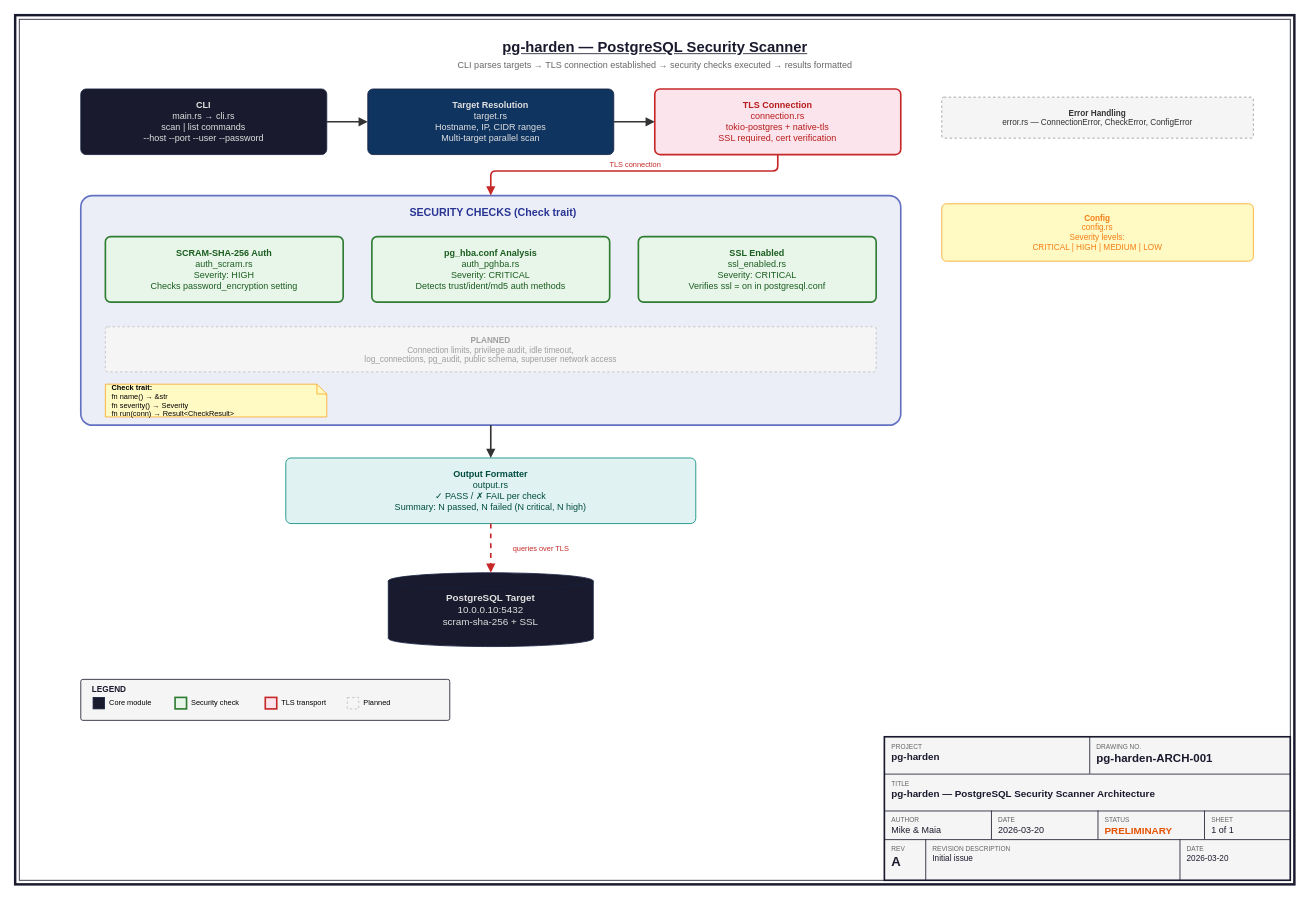
The draw.io diagram diagrams/ARCH/pg-harden-ARCH-001-RevA-2026-03-20.drawio in t0lkim/pg-harden, before the edit. Source tidied: cells renumbered, new cells numbered last; positions are measured from the earlier drawing's top-left corner, leaving out a move shared by most shapes. Both pictures are drawn from the tidied source at 82%, with x=0, y=0 at pixel (15, 15).
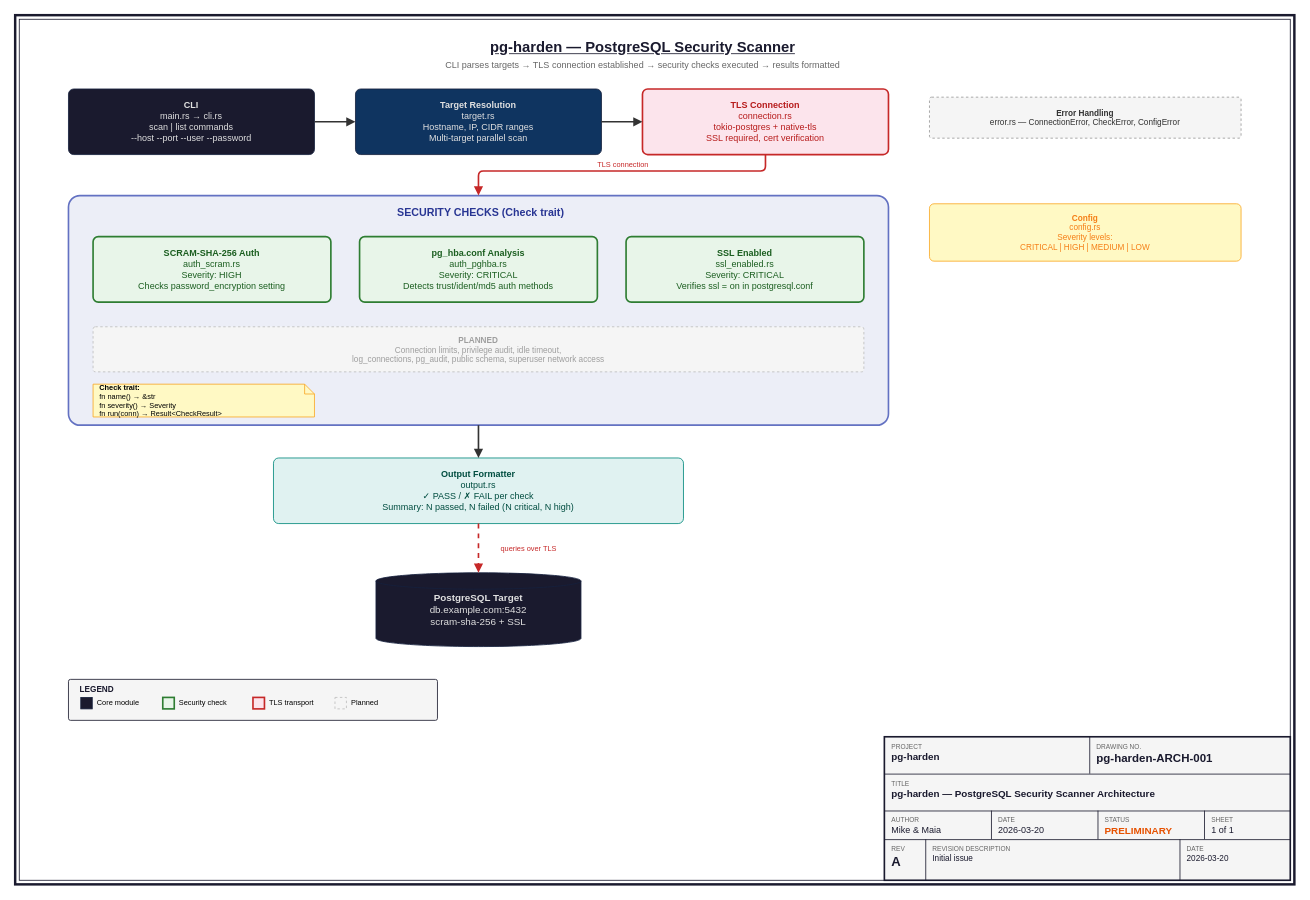
The same page after the edit.

Commit message:
OPSEC: replace remaining internal IPs with generic placeholders

db-server.example.com → db-server.example.com in ARCHITECTURE.md
10.0.0.10 → db.example.com in ARCH-001 diagram

What changed in the source:
```diff
@@
     <mxCell id="35" value="pg-harden — PostgreSQL Security Scanner" style="text;html=1;align=center;verticalAlign=middle;fontSize=18;fontColor=#1a1a2e;fontStyle=5;" parent="2" vertex="1">
-      <mxGeometry x="280" y="25" width="1000" height="30" as="geometry" />
+      <mxGeometry x="265" y="25" width="1000" height="30" as="geometry" />
     </mxCell>
     <mxCell id="36" value="CLI parses targets → TLS connection established → security checks executed → results formatted" style="text;html=1;align=center;verticalAlign=middle;fontSize=11;fontColor=#666666;" parent="2" vertex="1">
-      <mxGeometry x="230" y="52" width="1100" height="18" as="geometry" />
+      <mxGeometry x="215" y="52" width="1100" height="18" as="geometry" />
     </mxCell>
     <mxCell id="37" value="&lt;b&gt;CLI&lt;/b&gt;&lt;br&gt;main.rs → cli.rs&lt;br&gt;scan | list commands&lt;br&gt;--host --port --user --password" style="rounded=1;whiteSpace=wrap;html=1;fillColor=#1a1a2e;strokeColor=#16213e;fontColor=#e0e0e0;fontSize=11;spacingTop=4;spacingLeft=6;spacingRight=6;spacingBottom=4;arcSize=8;" parent="2" vertex="1">
-      <mxGeometry x="80" y="90" width="300" height="80" as="geometry" />
+      <mxGeometry x="65" y="90" width="300" height="80" as="geometry" />
     </mxCell>
     <mxCell id="38" value="&lt;b&gt;Target Resolution&lt;/b&gt;&lt;br&gt;target.rs&lt;br&gt;Hostname, IP, CIDR ranges&lt;br&gt;Multi-target parallel scan" style="rounded=1;whiteSpace=wrap;html=1;fillColor=#0f3460;strokeColor=#16213e;fontColor=#e0e0e0;fontSize=11;spacingTop=4;spacingLeft=6;spacingRight=6;spacingBottom=4;arcSize=8;" parent="2" vertex="1">
-      <mxGeometry x="430" y="90" width="300" height="80" as="geometry" />
+      <mxGeometry x="415" y="90" width="300" height="80" as="geometry" />
     </mxCell>
     <mxCell id="39" value="&lt;b&gt;TLS Connection&lt;/b&gt;&lt;br&gt;connection.rs&lt;br&gt;tokio-postgres + native-tls&lt;br&gt;SSL required, cert verification" style="rounded=1;whiteSpace=wrap;html=1;fillColor=#fce4ec;strokeColor=#c62828;strokeWidth=2;fontSize=11;fontColor=#b71c1c;spacingTop=4;spacingLeft=6;spacingRight=6;spacingBottom=4;arcSize=8;" parent="2" vertex="1">
-      <mxGeometry x="780" y="90" width="300" height="80" as="geometry" />
+      <mxGeometry x="765" y="90" width="300" height="80" as="geometry" />
     </mxCell>
     <mxCell id="40" value="&lt;b&gt;Error Handling&lt;/b&gt;&lt;br&gt;error.rs — ConnectionError, CheckError, ConfigError" style="rounded=1;whiteSpace=wrap;html=1;fillColor=#f5f5f5;strokeColor=#999999;dashed=1;fontSize=10;fontColor=#333333;spacingTop=4;spacingLeft=6;spacingRight=6;spacingBottom=4;arcSize=5;" parent="2" vertex="1">
-      <mxGeometry x="1130" y="100" width="380" height="50" as="geometry" />
+      <mxGeometry x="1115" y="100" width="380" height="50" as="geometry" />
     </mxCell>
@@
     <mxCell id="43" value="SECURITY CHECKS (Check trait)" style="rounded=1;whiteSpace=wrap;html=1;fillColor=#e8eaf6;strokeColor=#3f51b5;strokeWidth=2;opacity=80;verticalAlign=top;spacingTop=6;spacingLeft=6;fontSize=13;fontColor=#283593;fontStyle=1;arcSize=5;" parent="2" vertex="1">
-      <mxGeometry x="80" y="220" width="1000" height="280" as="geometry" />
+      <mxGeometry x="65" y="220" width="1000" height="280" as="geometry" />
     </mxCell>
     <mxCell id="44" value="&lt;b&gt;Config&lt;/b&gt;&lt;br&gt;config.rs&lt;br&gt;Severity levels:&lt;br&gt;CRITICAL | HIGH | MEDIUM | LOW" style="rounded=1;whiteSpace=wrap;html=1;fillColor=#fff9c4;strokeColor=#f9a825;fontSize=10;fontColor=#f57f17;spacingTop=4;spacingLeft=6;spacingRight=6;spacingBottom=4;arcSize=8;" parent="2" vertex="1">
-      <mxGeometry x="1130" y="230" width="380" height="70" as="geometry" />
+      <mxGeometry x="1115" y="230" width="380" height="70" as="geometry" />
     </mxCell>
     <mxCell id="45" value="&lt;b&gt;SCRAM-SHA-256 Auth&lt;/b&gt;&lt;br&gt;auth_scram.rs&lt;br&gt;Severity: HIGH&lt;br&gt;Checks password_encryption setting" style="rounded=1;whiteSpace=wrap;html=1;fillColor=#e8f5e9;strokeColor=#2e7d32;strokeWidth=2;fontSize=11;fontColor=#1b5e20;spacingTop=4;spacingLeft=6;spacingRight=6;spacingBottom=4;arcSize=8;" parent="2" vertex="1">
-      <mxGeometry x="110" y="270" width="290" height="80" as="geometry" />
+      <mxGeometry x="95" y="270" width="290" height="80" as="geometry" />
     </mxCell>
     <mxCell id="46" value="&lt;b&gt;pg_hba.conf Analysis&lt;/b&gt;&lt;br&gt;auth_pghba.rs&lt;br&gt;Severity: CRITICAL&lt;br&gt;Detects trust/ident/md5 auth methods" style="rounded=1;whiteSpace=wrap;html=1;fillColor=#e8f5e9;strokeColor=#2e7d32;strokeWidth=2;fontSize=11;fontColor=#1b5e20;spacingTop=4;spacingLeft=6;spacingRight=6;spacingBottom=4;arcSize=8;" parent="2" vertex="1">
-      <mxGeometry x="435" y="270" width="290" height="80" as="geometry" />
+      <mxGeometry x="420" y="270" width="290" height="80" as="geometry" />
     </mxCell>
     <mxCell id="47" value="&lt;b&gt;SSL Enabled&lt;/b&gt;&lt;br&gt;ssl_enabled.rs&lt;br&gt;Severity: CRITICAL&lt;br&gt;Verifies ssl = on in postgresql.conf" style="rounded=1;whiteSpace=wrap;html=1;fillColor=#e8f5e9;strokeColor=#2e7d32;strokeWidth=2;fontSize=11;fontColor=#1b5e20;spacingTop=4;spacingLeft=6;spacingRight=6;spacingBottom=4;arcSize=8;" parent="2" vertex="1">
-      <mxGeometry x="760" y="270" width="290" height="80" as="geometry" />
+      <mxGeometry x="745" y="270" width="290" height="80" as="geometry" />
     </mxCell>
     <mxCell id="48" value="&lt;b&gt;PLANNED&lt;/b&gt;&lt;br&gt;Connection limits, privilege audit, idle timeout,&lt;br&gt;log_connections, pg_audit, public schema, superuser network access" style="rounded=1;whiteSpace=wrap;html=1;fillColor=#f5f5f5;strokeColor=#bdbdbd;fontColor=#9e9e9e;fontSize=10;dashed=1;spacingTop=4;spacingLeft=6;spacingRight=6;spacingBottom=4;arcSize=5;" parent="2" vertex="1">
-      <mxGeometry x="110" y="380" width="940" height="55" as="geometry" />
+      <mxGeometry x="95" y="380" width="940" height="55" as="geometry" />
     </mxCell>
     <mxCell id="49" value="&lt;b&gt;Check trait:&lt;/b&gt;&lt;br&gt;fn name() → &amp;str&lt;br&gt;fn severity() → Severity&lt;br&gt;fn run(conn) → Result&amp;lt;CheckResult&amp;gt;" style="shape=note;whiteSpace=wrap;html=1;backgroundOutline=1;size=12;fillColor=#fff9c4;strokeColor=#f9a825;fontSize=9;align=left;spacingTop=4;spacingLeft=6;spacingRight=6;spacingBottom=4;" parent="2" vertex="1">
-      <mxGeometry x="110" y="450" width="270" height="40" as="geometry" />
+      <mxGeometry x="95" y="450" width="270" height="40" as="geometry" />
     </mxCell>
     <mxCell id="50" style="endArrow=block;endFill=1;html=1;strokeColor=#c62828;strokeWidth=2;rounded=1;arcSize=12;" parent="2" edge="1" source="39" target="43">
       <mxGeometry relative="1" as="geometry">
         <Array as="points">
-          <mxPoint x="930" y="190" />
-          <mxPoint x="580" y="190" />
+          <mxPoint x="915" y="190" />
+          <mxPoint x="565" y="190" />
         </Array>
       </mxGeometry>
     </mxCell>
     <mxCell id="51" value="TLS connection" style="edgeLabel;html=1;align=center;verticalAlign=middle;fontSize=9;fontColor=#c62828;labelBackgroundColor=#ffffff;" parent="2" vertex="1">
-      <mxGeometry x="755" y="182" as="geometry" />
+      <mxGeometry x="740" y="182" as="geometry" />
     </mxCell>
     <mxCell id="52" value="&lt;b&gt;Output Formatter&lt;/b&gt;&lt;br&gt;output.rs&lt;br&gt;✓ PASS / ✗ FAIL per check&lt;br&gt;Summary: N passed, N failed (N critical, N high)" style="rounded=1;whiteSpace=wrap;html=1;fillColor=#e0f2f1;strokeColor=#00897b;fontSize=11;fontColor=#004d40;spacingTop=4;spacingLeft=6;spacingRight=6;spacingBottom=4;arcSize=8;" parent="2" vertex="1">
-      <mxGeometry x="330" y="540" width="500" height="80" as="geometry" />
+      <mxGeometry x="315" y="540" width="500" height="80" as="geometry" />
     </mxCell>
@@
-    <mxCell id="54" value="&lt;b&gt;PostgreSQL Target&lt;/b&gt;&lt;br&gt;10.0.0.10:5432&lt;br&gt;scram-sha-256 + SSL" style="shape=cylinder3;whiteSpace=wrap;html=1;fillColor=#1a1a2e;strokeColor=#16213e;fontColor=#e0e0e0;fontSize=12;size=10;spacingTop=4;spacingLeft=6;spacingRight=6;spacingBottom=4;" parent="2" vertex="1">
-      <mxGeometry x="455" y="680" width="250" height="90" as="geometry" />
+    <mxCell id="54" value="&lt;b&gt;PostgreSQL Target&lt;/b&gt;&lt;br&gt;db.example.com:5432&lt;br&gt;scram-sha-256 + SSL" style="shape=cylinder3;whiteSpace=wrap;html=1;fillColor=#1a1a2e;strokeColor=#16213e;fontColor=#e0e0e0;fontSize=12;size=10;spacingTop=4;spacingLeft=6;spacingRight=6;spacingBottom=4;" parent="2" vertex="1">
+      <mxGeometry x="440" y="680" width="250" height="90" as="geometry" />
     </mxCell>
@@
     <mxCell id="56" value="queries over TLS" style="edgeLabel;html=1;align=center;verticalAlign=middle;fontSize=9;fontColor=#c62828;labelBackgroundColor=#ffffff;" parent="2" vertex="1">
-      <mxGeometry x="640" y="650" as="geometry" />
+      <mxGeometry x="625" y="650" as="geometry" />
     </mxCell>
     <mxCell id="57" style="rounded=1;whiteSpace=wrap;html=1;fillColor=#f5f5f5;strokeColor=#1a1a2e;strokeWidth=1;arcSize=5;" parent="2" vertex="1">
-      <mxGeometry x="80" y="810" width="450" height="50" as="geometry" />
+      <mxGeometry x="65" y="810" width="450" height="50" as="geometry" />
     </mxCell>
     <mxCell id="58" value="LEGEND" style="text;html=1;align=left;verticalAlign=top;fontSize=10;fontColor=#1a1a2e;fontStyle=1;" parent="2" vertex="1">
-      <mxGeometry x="92" y="810" width="60" height="16" as="geometry" />
+      <mxGeometry x="77" y="810" width="60" height="16" as="geometry" />
     </mxCell>
     <mxCell id="59" style="rounded=0;whiteSpace=wrap;html=1;fillColor=#1a1a2e;strokeColor=#16213e;" parent="2" vertex="1">
-      <mxGeometry x="95" y="832" width="14" height="14" as="geometry" />
+      <mxGeometry x="80" y="832" width="14" height="14" as="geometry" />
     </mxCell>
     <mxCell id="60" value="Core module" style="text;html=1;align=left;verticalAlign=middle;fontSize=9;" parent="2" vertex="1">
-      <mxGeometry x="113" y="830" width="70" height="18" as="geometry" />
+      <mxGeometry x="98" y="830" width="70" height="18" as="geometry" />
     </mxCell>
     <mxCell id="61" style="rounded=0;whiteSpace=wrap;html=1;fillColor=#e8f5e9;strokeColor=#2e7d32;strokeWidth=2;" parent="2" vertex="1">
-      <mxGeometry x="195" y="832" width="14" height="14" as="geometry" />
+      <mxGeometry x="180" y="832" width="14" height="14" as="geometry" />
     </mxCell>
     <mxCell id="62" value="Security check" style="text;html=1;align=left;verticalAlign=middle;fontSize=9;" parent="2" vertex="1">
-      <mxGeometry x="213" y="830" width="80" height="18" as="geometry" />
+      <mxGeometry x="198" y="830" width="80" height="18" as="geometry" />
     </mxCell>
     <mxCell id="63" style="rounded=0;whiteSpace=wrap;html=1;fillColor=#fce4ec;strokeColor=#c62828;strokeWidth=2;" parent="2" vertex="1">
-      <mxGeometry x="305" y="832" width="14" height="14" as="geometry" />
+      <mxGeometry x="290" y="832" width="14" height="14" as="geometry" />
     </mxCell>
     <mxCell id="64" value="TLS transport" style="text;html=1;align=left;verticalAlign=middle;fontSize=9;" parent="2" vertex="1">
-      <mxGeometry x="323" y="830" width="70" height="18" as="geometry" />
+      <mxGeometry x="308" y="830" width="70" height="18" as="geometry" />
     </mxCell>
     <mxCell id="65" style="rounded=0;whiteSpace=wrap;html=1;fillColor=#f5f5f5;strokeColor=#bdbdbd;dashed=1;" parent="2" vertex="1">
-      <mxGeometry x="405" y="832" width="14" height="14" as="geometry" />
+      <mxGeometry x="390" y="832" width="14" height="14" as="geometry" />
     </mxCell>
     <mxCell id="66" value="Planned" style="text;html=1;align=left;verticalAlign=middle;fontSize=9;" parent="2" vertex="1">
-      <mxGeometry x="423" y="830" width="50" height="18" as="geometry" />
+      <mxGeometry x="408" y="830" width="50" height="18" as="geometry" />
     </mxCell>
```
